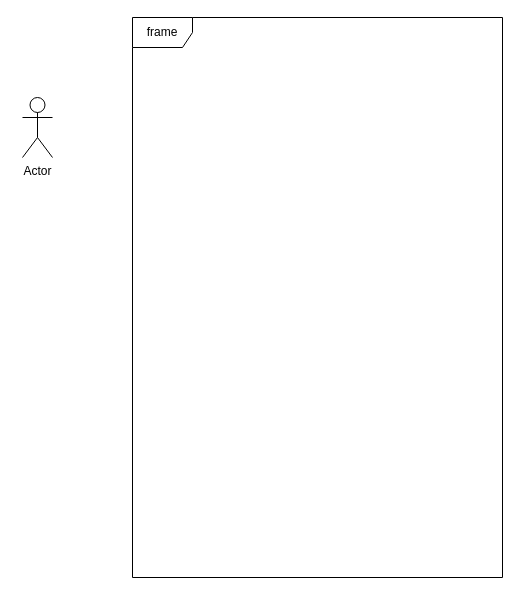
Above: page "UC-Kuba" (1 of 3) of mwo_lokalni_app.drawio in Haltie13/lokalni_app (draw.io), before the change. Source tidied: cells renumbered, new cells numbered last; positions are measured from the earlier drawing's top-left corner, leaving out a move shared by most shapes. Both pictures are drawn from the tidied source at 100%, with x=0, y=0 at pixel (22, 17).
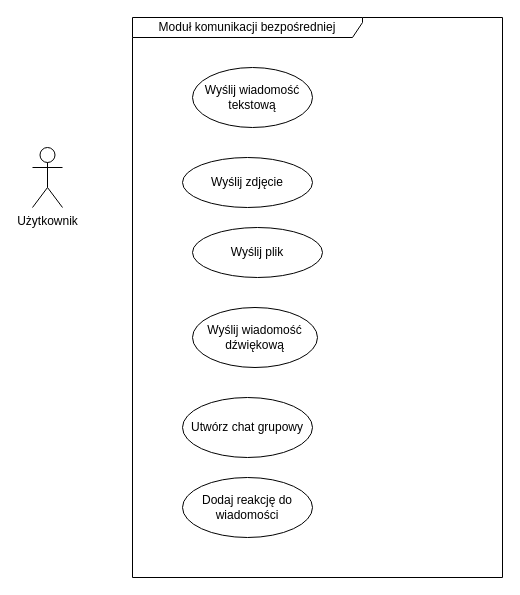
The same page after the edit.

Change to the diagram source:
```diff
@@
 <mxGraphModel>
   <root>
     <mxCell id="0" />
     <mxCell id="1" parent="0" />
-    <mxCell id="2" value="frame" style="shape=umlFrame;whiteSpace=wrap;html=1;" parent="1" vertex="1">
+    <mxCell id="2" value="Moduł komunikacji bezpośredniej" style="shape=umlFrame;whiteSpace=wrap;html=1;width=230;height=20;" parent="1" vertex="1">
       <mxGeometry x="110" width="370" height="560" as="geometry" />
     </mxCell>
-    <mxCell id="3" value="Actor" style="shape=umlActor;verticalLabelPosition=bottom;verticalAlign=top;html=1;" parent="1" vertex="1">
-      <mxGeometry y="80" width="30" height="60" as="geometry" />
+    <mxCell id="3" value="Użytkownik" style="shape=umlActor;verticalLabelPosition=bottom;verticalAlign=top;html=1;" parent="1" vertex="1">
+      <mxGeometry x="10" y="130" width="30" height="60" as="geometry" />
     </mxCell>
+    <mxCell id="4" value="Wyślij wiadomość tekstową" style="ellipse;whiteSpace=wrap;html=1;" parent="1" vertex="1">
+      <mxGeometry x="170" y="50" width="120" height="60" as="geometry" />
+    </mxCell>
+    <mxCell id="5" value="Wyślij zdjęcie" style="ellipse;whiteSpace=wrap;html=1;" parent="1" vertex="1">
+      <mxGeometry x="160" y="140" width="130" height="50" as="geometry" />
+    </mxCell>
+    <mxCell id="6" value="Wyślij plik" style="ellipse;whiteSpace=wrap;html=1;" parent="1" vertex="1">
+      <mxGeometry x="170" y="210" width="130" height="50" as="geometry" />
+    </mxCell>
+    <mxCell id="7" value="Wyślij wiadomość dźwiękową" style="ellipse;whiteSpace=wrap;html=1;" parent="1" vertex="1">
+      <mxGeometry x="170" y="290" width="125" height="60" as="geometry" />
+    </mxCell>
+    <mxCell id="8" value="Utwórz chat grupowy" style="ellipse;whiteSpace=wrap;html=1;" parent="1" vertex="1">
+      <mxGeometry x="160" y="380" width="130" height="60" as="geometry" />
+    </mxCell>
+    <mxCell id="9" value="Dodaj reakcję do wiadomości" style="ellipse;whiteSpace=wrap;html=1;" parent="1" vertex="1">
+      <mxGeometry x="160" y="460" width="130" height="60" as="geometry" />
+    </mxCell>
   </root>
 </mxGraphModel>
```
